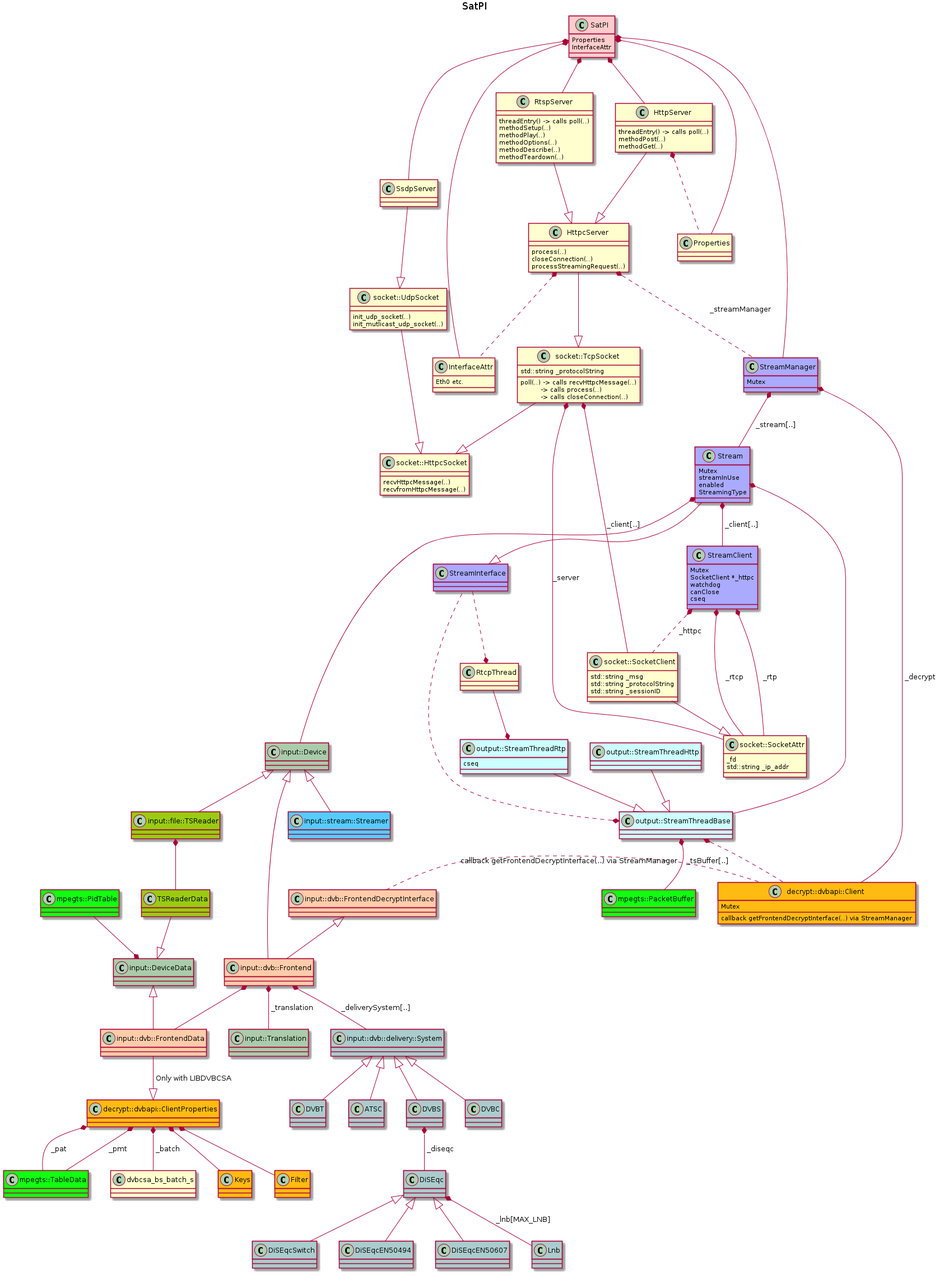
Earlier version of the PlantUML export SatPI.png (Barracuda09/SATPI).
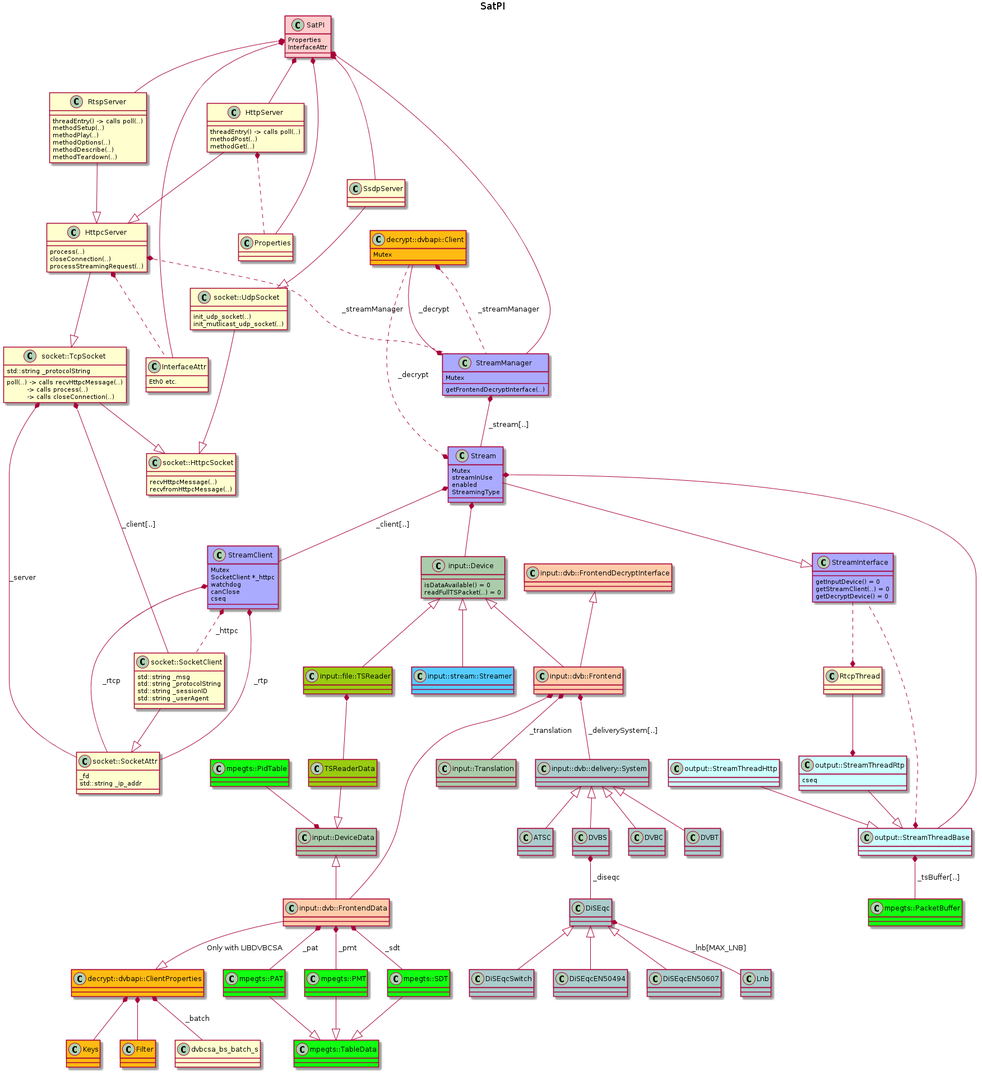
After the commit.

What changed in the source:
```diff
@@ -31,6 +31,7 @@
   std::string _msg
   std::string _protocolString
   std::string _sessionID
+  std::string _userAgent
 }
 
 class socket::SocketAttr {
@@ -85,13 +86,18 @@
 
 class RtcpThread
 
-class StreamInterface #aaaaff
+class StreamInterface #aaaaff {
+  getInputDevice() = 0
+  getStreamClient(..) = 0
+  getDecryptDevice() = 0
+}
 StreamInterface ..* RtcpThread
 
 Stream --|> StreamInterface
 Stream *-- StreamClient : " _client[..] "
 Stream *-- input::Device
 Stream *-- output::StreamThreadBase
+decrypt::dvbapi::Client ..* Stream : " _decrypt "
 class Stream #aaaaff {
   Mutex
   streamInUse
@@ -101,16 +107,18 @@
 
 class decrypt::dvbapi::Client           #ffbb11 {
   Mutex
-  callback getFrontendDecryptInterface(..) via StreamManager
 }
 class decrypt::dvbapi::ClientProperties #ffbb11
 class Keys                              #ffbb11
 class Filter                            #ffbb11
 
+decrypt::dvbapi::Client --* StreamManager  : " _decrypt "
+decrypt::dvbapi::Client *.. StreamManager  : " _streamManager "
+
 StreamManager *-- Stream : " _stream[..] "
-StreamManager *-- decrypt::dvbapi::Client : " _decrypt "
 class StreamManager #aaaaff {
   Mutex
+  getFrontendDecryptInterface(..)
 }
 
 StreamClient *-- socket::SocketAttr : " _rtp "
@@ -127,8 +135,10 @@
 class mpegts::PacketBuffer  #11ff11
 class mpegts::TableData     #11ff11
 class mpegts::PidTable      #11ff11
+class mpegts::PAT           #11ff11
+class mpegts::PMT           #11ff11
+class mpegts::SDT           #11ff11
 
-output::StreamThreadBase *.. decrypt::dvbapi::Client
 output::StreamThreadBase *-- mpegts::PacketBuffer : " _tsBuffer[..] "
 output::StreamThreadBase *.. StreamInterface
 class output::StreamThreadBase #ccffff
@@ -147,8 +157,6 @@
 class input::stream::Streamer #55ccff
 input::Device <|-- input::stream::Streamer
 
-input::dvb::FrontendDecryptInterface  .  decrypt::dvbapi::Client : " callback getFrontendDecryptInterface(..) via StreamManager "
-
 class input::file::TSReader     #99cc11
 class TSReaderData              #99cc11
 
@@ -158,7 +166,10 @@
 TSReaderData --|> input::DeviceData
 
 input::Device <|-- input::dvb::Frontend
-class input::Device      #aaccaa
+class input::Device      #aaccaa {
+  isDataAvailable() = 0
+  readFullTSPacket(..) = 0
+}
 class input::Translation #aaccaa
 class input::DeviceData  #aaccaa
 
@@ -199,8 +210,6 @@
 DiSEqc *-- Lnb : " _lnb[MAX_LNB] "
 
 decrypt::dvbapi::ClientProperties *-- dvbcsa_bs_batch_s : " _batch "
-decrypt::dvbapi::ClientProperties *-- mpegts::TableData : " _pat "
-decrypt::dvbapi::ClientProperties *-- mpegts::TableData : " _pmt "
 decrypt::dvbapi::ClientProperties *-- Filter
 decrypt::dvbapi::ClientProperties *-- Keys
 
@@ -210,4 +219,12 @@
 
 input::dvb::FrontendData --|> decrypt::dvbapi::ClientProperties : " Only with LIBDVBCSA "
 
+mpegts::PAT --|> mpegts::TableData
+mpegts::PMT --|> mpegts::TableData
+mpegts::SDT --|> mpegts::TableData
+
+input::dvb::FrontendData *-- mpegts::PAT : " _pat "
+input::dvb::FrontendData *-- mpegts::PMT : " _pmt "
+input::dvb::FrontendData *-- mpegts::SDT : " _sdt "
+
 @enduml
```
